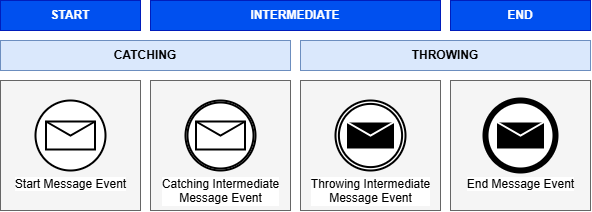
Above: slides/content/slides/Informatik/Business-Process-Modelling/assets/bpmn-message-events.drawio.png in HTL-Wolfsberg-Betriebsinformatik/skript (draw.io), before the change. Source tidied: cells renumbered, new cells last; positions are measured from the earlier drawing's top-left corner, leaving out a move shared by most shapes. Its diagram source:
```xml
<mxGraphModel>
  <root>
    <mxCell id="0" />
    <mxCell id="1" parent="0" />
    <mxCell id="2" style="rounded=0;whiteSpace=wrap;html=1;fillColor=#f5f5f5;strokeColor=#666666;fontColor=#333333;" parent="1" vertex="1">
      <mxGeometry x="150" y="80" width="140" height="130" as="geometry" />
    </mxCell>
    <mxCell id="3" style="rounded=0;whiteSpace=wrap;html=1;fillColor=#f5f5f5;strokeColor=#666666;fontColor=#333333;" parent="1" vertex="1">
      <mxGeometry x="300" y="80" width="140" height="130" as="geometry" />
    </mxCell>
    <mxCell id="4" style="rounded=0;whiteSpace=wrap;html=1;fillColor=#f5f5f5;strokeColor=#666666;fontColor=#333333;" parent="1" vertex="1">
      <mxGeometry x="450" y="80" width="140" height="130" as="geometry" />
    </mxCell>
    <mxCell id="5" style="rounded=0;whiteSpace=wrap;html=1;fillColor=#f5f5f5;strokeColor=#666666;fontColor=#333333;" parent="1" vertex="1">
      <mxGeometry y="80" width="140" height="130" as="geometry" />
    </mxCell>
    <mxCell id="6" value="CATCHING" style="rounded=0;whiteSpace=wrap;html=1;fillColor=#dae8fc;strokeColor=#6c8ebf;fontStyle=1;" parent="1" vertex="1">
      <mxGeometry y="40" width="290" height="30" as="geometry" />
    </mxCell>
    <mxCell id="7" value="THROWING" style="rounded=0;whiteSpace=wrap;html=1;fillColor=#dae8fc;strokeColor=#6c8ebf;fontStyle=1;" parent="1" vertex="1">
      <mxGeometry x="300" y="40" width="290" height="30" as="geometry" />
    </mxCell>
    <mxCell id="8" value="Start Message Event" style="shape=mxgraph.bpmn.event;html=1;verticalLabelPosition=bottom;labelBackgroundColor=#ffffff;verticalAlign=top;align=center;perimeter=ellipsePerimeter;outline=standard;symbol=message;strokeWidth=2;fontStyle=0;" parent="1" vertex="1">
      <mxGeometry x="35" y="100" width="70" height="70" as="geometry" />
    </mxCell>
    <mxCell id="9" value="Catching Intermediate&lt;div&gt;Message Event&lt;/div&gt;" style="shape=mxgraph.bpmn.event;html=1;verticalLabelPosition=bottom;labelBackgroundColor=#ffffff;verticalAlign=top;align=center;perimeter=ellipsePerimeter;outline=catching;symbol=message;strokeWidth=2;fontStyle=0;" parent="1" vertex="1">
      <mxGeometry x="185" y="100" width="70" height="70" as="geometry" />
    </mxCell>
    <mxCell id="10" value="Throwing Intermediate&lt;div&gt;Message Event&lt;/div&gt;" style="shape=mxgraph.bpmn.event;html=1;verticalLabelPosition=bottom;labelBackgroundColor=#ffffff;verticalAlign=top;align=center;perimeter=ellipsePerimeter;outline=throwing;symbol=message;strokeWidth=2;fontStyle=0;" parent="1" vertex="1">
      <mxGeometry x="335" y="100" width="70" height="70" as="geometry" />
    </mxCell>
    <mxCell id="11" value="End Message Event" style="shape=mxgraph.bpmn.event;html=1;verticalLabelPosition=bottom;labelBackgroundColor=#ffffff;verticalAlign=top;align=center;perimeter=ellipsePerimeter;outline=end;symbol=message;strokeWidth=2;fontStyle=0;" parent="1" vertex="1">
      <mxGeometry x="485" y="100" width="70" height="70" as="geometry" />
    </mxCell>
    <mxCell id="12" value="START" style="rounded=0;whiteSpace=wrap;html=1;fillColor=#0050ef;strokeColor=#001DBC;fontColor=#ffffff;fontStyle=1;" parent="1" vertex="1">
      <mxGeometry width="140" height="30" as="geometry" />
    </mxCell>
    <mxCell id="13" value="INTERMEDIATE" style="rounded=0;whiteSpace=wrap;html=1;fillColor=#0050ef;strokeColor=#001DBC;fontColor=#ffffff;fontStyle=1;" parent="1" vertex="1">
      <mxGeometry x="150" width="290" height="30" as="geometry" />
    </mxCell>
    <mxCell id="14" value="END" style="rounded=0;whiteSpace=wrap;html=1;fillColor=#0050ef;strokeColor=#001DBC;fontColor=#ffffff;fontStyle=1;" parent="1" vertex="1">
      <mxGeometry x="450" width="140" height="30" as="geometry" />
    </mxCell>
  </root>
</mxGraphModel>
```
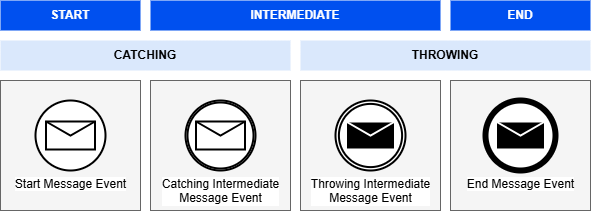
Above is the later version.

Commit message:
fix background web slides

Change to the diagram source:
```diff
@@ -14,10 +14,10 @@
     <mxCell id="5" style="rounded=0;whiteSpace=wrap;html=1;fillColor=#f5f5f5;strokeColor=#666666;fontColor=#333333;" parent="1" vertex="1">
       <mxGeometry y="80" width="140" height="130" as="geometry" />
     </mxCell>
-    <mxCell id="6" value="CATCHING" style="rounded=0;whiteSpace=wrap;html=1;fillColor=#dae8fc;strokeColor=#6c8ebf;fontStyle=1;" parent="1" vertex="1">
+    <mxCell id="6" value="CATCHING" style="rounded=0;whiteSpace=wrap;html=1;fillColor=#dae8fc;strokeColor=none;fontStyle=1;" parent="1" vertex="1">
       <mxGeometry y="40" width="290" height="30" as="geometry" />
     </mxCell>
-    <mxCell id="7" value="THROWING" style="rounded=0;whiteSpace=wrap;html=1;fillColor=#dae8fc;strokeColor=#6c8ebf;fontStyle=1;" parent="1" vertex="1">
+    <mxCell id="7" value="THROWING" style="rounded=0;whiteSpace=wrap;html=1;fillColor=#dae8fc;strokeColor=none;fontStyle=1;" parent="1" vertex="1">
       <mxGeometry x="300" y="40" width="290" height="30" as="geometry" />
     </mxCell>
     <mxCell id="8" value="Start Message Event" style="shape=mxgraph.bpmn.event;html=1;verticalLabelPosition=bottom;labelBackgroundColor=#ffffff;verticalAlign=top;align=center;perimeter=ellipsePerimeter;outline=standard;symbol=message;strokeWidth=2;fontStyle=0;" parent="1" vertex="1">
@@ -32,13 +32,13 @@
     <mxCell id="11" value="End Message Event" style="shape=mxgraph.bpmn.event;html=1;verticalLabelPosition=bottom;labelBackgroundColor=#ffffff;verticalAlign=top;align=center;perimeter=ellipsePerimeter;outline=end;symbol=message;strokeWidth=2;fontStyle=0;" parent="1" vertex="1">
       <mxGeometry x="485" y="100" width="70" height="70" as="geometry" />
     </mxCell>
-    <mxCell id="12" value="START" style="rounded=0;whiteSpace=wrap;html=1;fillColor=#0050ef;strokeColor=#001DBC;fontColor=#ffffff;fontStyle=1;" parent="1" vertex="1">
+    <mxCell id="12" value="START" style="rounded=0;whiteSpace=wrap;html=1;fillColor=#0050ef;strokeColor=none;fontColor=#ffffff;fontStyle=1;" parent="1" vertex="1">
       <mxGeometry width="140" height="30" as="geometry" />
     </mxCell>
-    <mxCell id="13" value="INTERMEDIATE" style="rounded=0;whiteSpace=wrap;html=1;fillColor=#0050ef;strokeColor=#001DBC;fontColor=#ffffff;fontStyle=1;" parent="1" vertex="1">
+    <mxCell id="13" value="INTERMEDIATE" style="rounded=0;whiteSpace=wrap;html=1;fillColor=#0050ef;strokeColor=none;fontColor=#ffffff;fontStyle=1;" parent="1" vertex="1">
       <mxGeometry x="150" width="290" height="30" as="geometry" />
     </mxCell>
-    <mxCell id="14" value="END" style="rounded=0;whiteSpace=wrap;html=1;fillColor=#0050ef;strokeColor=#001DBC;fontColor=#ffffff;fontStyle=1;" parent="1" vertex="1">
+    <mxCell id="14" value="END" style="rounded=0;whiteSpace=wrap;html=1;fillColor=#0050ef;strokeColor=none;fontColor=#ffffff;fontStyle=1;" parent="1" vertex="1">
       <mxGeometry x="450" width="140" height="30" as="geometry" />
     </mxCell>
   </root>
```
